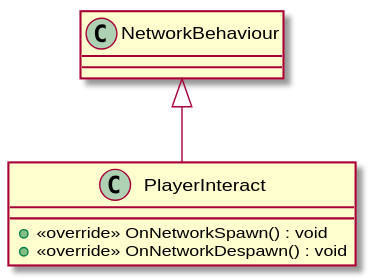
David-Denny/COMP3013-Team7 keeps this PlantUML diagram as UML/Player/PlayerInteract.svg. Above is the earlier version. Source of this version:
```plantuml
@startuml
class PlayerInteract {
    + <<override>> OnNetworkSpawn() : void
    + <<override>> OnNetworkDespawn() : void
}
NetworkBehaviour <|-- PlayerInteract
@enduml
```
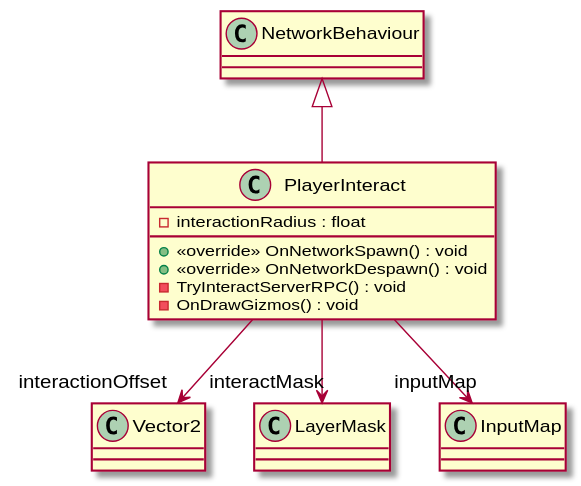
Later version of the same file.

What changed in the source:
```diff
@@ -1,7 +1,13 @@
 @startuml
 class PlayerInteract {
+    - interactionRadius : float
     + <<override>> OnNetworkSpawn() : void
     + <<override>> OnNetworkDespawn() : void
+    - TryInteractServerRPC() : void
+    - OnDrawGizmos() : void
 }
 NetworkBehaviour <|-- PlayerInteract
+PlayerInteract --> "interactionOffset" Vector2
+PlayerInteract --> "interactMask" LayerMask
+PlayerInteract --> "inputMap" InputMap
 @enduml
```
